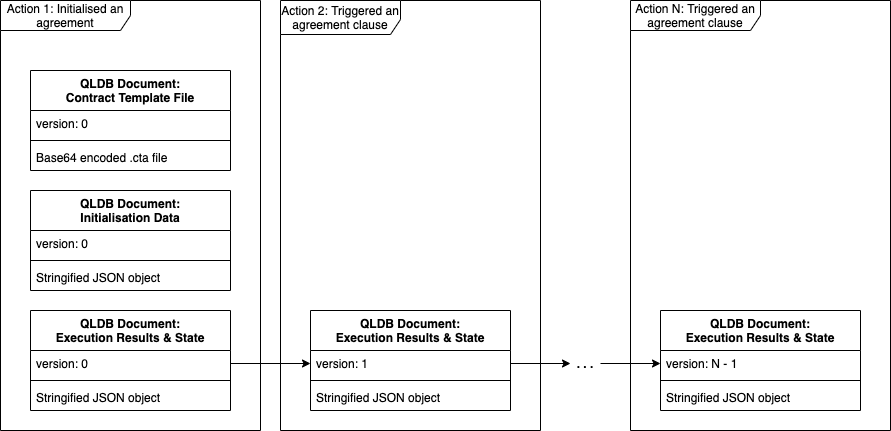
Earlier version of the draw.io export docs/blog/Blog-Agreement data model.png (accordproject/aws-qldb-lambda). Source tidied: cells renumbered, new cells last; positions are measured from the earlier drawing's top-left corner, leaving out a move shared by most shapes.
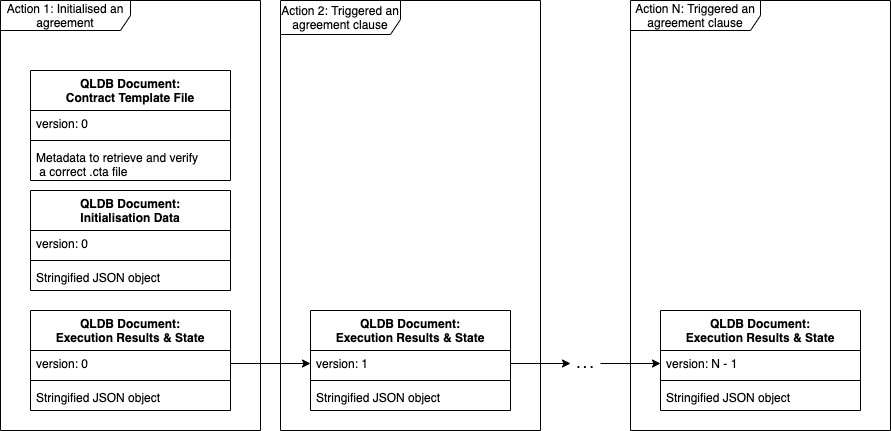
The same diagram one commit later.

Commit message:
Changed details of the data model documentation

The edit, as a diff of the source:
```diff
@@ -6,7 +6,7 @@
       <mxGeometry width="260" height="430" as="geometry" />
     </mxCell>
     <mxCell id="3" value="QLDB Document:&#10;Contract Template File" style="swimlane;fontStyle=1;align=center;verticalAlign=top;horizontal=1;startSize=40;strokeColor=#000000;" parent="1" vertex="1">
-      <mxGeometry x="30" y="70" width="200" height="100" as="geometry" />
+      <mxGeometry x="30" y="70" width="200" height="110" as="geometry" />
     </mxCell>
     <mxCell id="4" value="version: 0" style="text;strokeColor=none;fillColor=none;align=left;verticalAlign=top;spacingLeft=4;spacingRight=4;overflow=hidden;" parent="3" vertex="1">
       <mxGeometry y="40" width="200" height="26" as="geometry" />
@@ -14,8 +14,8 @@
     <mxCell id="5" style="line;strokeWidth=1;fillColor=none;align=left;verticalAlign=middle;spacingTop=-1;spacingLeft=3;spacingRight=3;labelPosition=right;" parent="3" vertex="1">
       <mxGeometry y="66" width="200" height="8" as="geometry" />
     </mxCell>
-    <mxCell id="6" value="Base64 encoded .cta file" style="text;strokeColor=none;fillColor=none;align=left;verticalAlign=top;spacingLeft=4;spacingRight=4;overflow=hidden;" parent="3" vertex="1">
-      <mxGeometry y="74" width="200" height="26" as="geometry" />
+    <mxCell id="6" value="Metadata to retrieve and verify&#10; a correct .cta file" style="text;strokeColor=none;fillColor=none;align=left;verticalAlign=top;spacingLeft=4;spacingRight=4;overflow=hidden;" parent="3" vertex="1">
+      <mxGeometry y="74" width="200" height="36" as="geometry" />
     </mxCell>
     <mxCell id="7" value="QLDB Document:&#10;Initialisation Data" style="swimlane;fontStyle=1;align=center;verticalAlign=top;horizontal=1;startSize=40;strokeColor=#000000;" parent="1" vertex="1">
       <mxGeometry x="30" y="190" width="200" height="100" as="geometry" />
```
